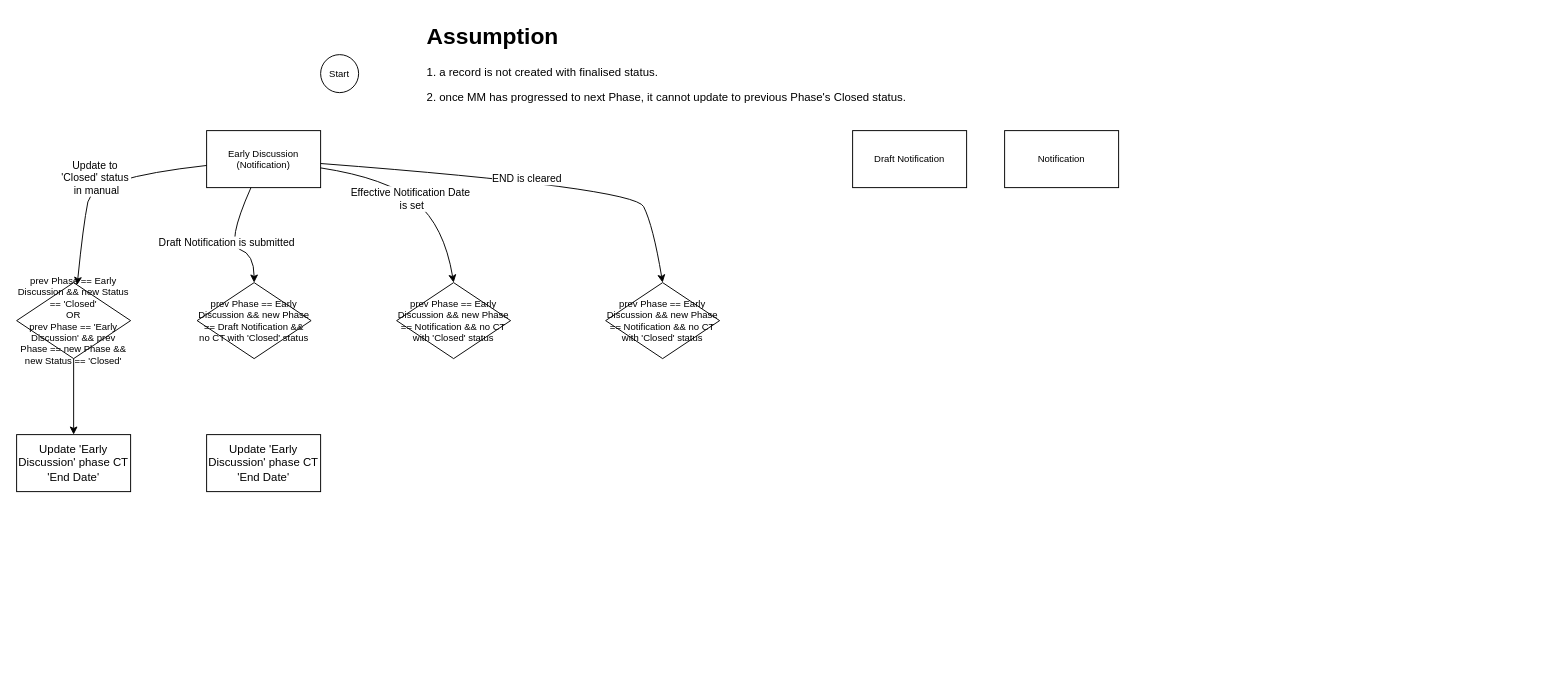
Before: page "Phase" (2 of 2) of logging/Merger Matter Phase and Status.drawio in danieldotskc/helloworld, a draw.io diagram. Source tidied: cells renumbered, new cells numbered last; positions are measured from the earlier drawing's top-left corner, leaving out a move shared by most shapes. Both pictures are drawn from the tidied source at 95%, with x=0, y=0 at pixel (16, 16).
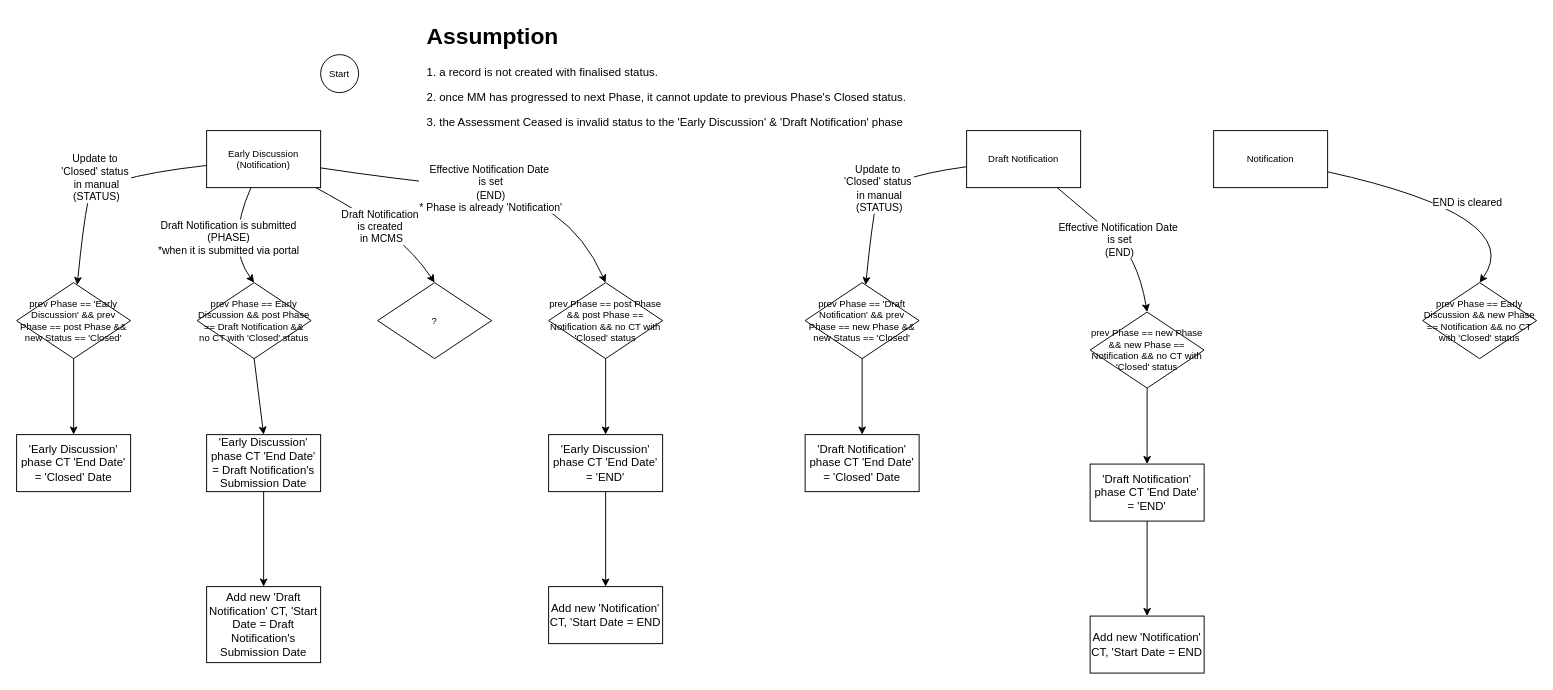
The same page after the edit.

Unchanged cells that the change refers to:
```xml
<mxCell id="3" value="Early Discussion (Notification)" style="rounded=0;whiteSpace=wrap;html=1;fontSize=10;" parent="1" vertex="1">
  <mxGeometry x="200" y="120" width="120" height="60" as="geometry" />
</mxCell>
```

Change to the diagram source:
```diff
@@
-    <mxCell id="4" value="prev Phase == Early Discussion &amp;amp;&amp;amp; new Status == 'Closed'&lt;div&gt;OR&lt;/div&gt;&lt;div&gt;prev Phase == 'Early Discussion' &amp;amp;&amp;amp; prev Phase == new Phase &amp;amp;&amp;amp; new Status == 'Closed'&lt;/div&gt;" style="rhombus;whiteSpace=wrap;html=1;fontSize=10;" parent="1" vertex="1">
+    <mxCell id="4" value="&lt;span style=&quot;background-color: transparent; color: light-dark(rgb(0, 0, 0), rgb(255, 255, 255));&quot;&gt;prev Phase == 'Early Discussion' &amp;amp;&amp;amp; prev Phase == post Phase &amp;amp;&amp;amp; new Status == 'Closed'&lt;/span&gt;" style="rhombus;whiteSpace=wrap;html=1;fontSize=10;" parent="1" vertex="1">
       <mxGeometry y="280" width="120" height="80" as="geometry" />
     </mxCell>
-    <mxCell id="5" value="&lt;h1 style=&quot;margin-top: 0px;&quot;&gt;Assumption&lt;/h1&gt;&lt;p&gt;1. a record is not created with finalised status.&lt;/p&gt;&lt;p&gt;2. once MM has progressed to next Phase, it cannot update to previous Phase's Closed status.&lt;/p&gt;" style="text;html=1;whiteSpace=wrap;overflow=hidden;rounded=0;" parent="1" vertex="1">
+    <mxCell id="5" value="&lt;h1 style=&quot;margin-top: 0px;&quot;&gt;Assumption&lt;/h1&gt;&lt;p&gt;1. a record is not created with finalised status.&lt;/p&gt;&lt;p&gt;2. once MM has progressed to next Phase, it cannot update to previous Phase's Closed status.&lt;/p&gt;&lt;p&gt;3. the Assessment Ceased is invalid status to the 'Early Discussion' &amp;amp; 'Draft Notification' phase&lt;/p&gt;" style="text;html=1;whiteSpace=wrap;overflow=hidden;rounded=0;" parent="1" vertex="1">
       <mxGeometry x="430" width="940" height="120" as="geometry" />
     </mxCell>
     <mxCell id="6" value="Draft Notification" style="rounded=0;whiteSpace=wrap;html=1;fontSize=10;" parent="1" vertex="1">
-      <mxGeometry x="880" y="120" width="120" height="60" as="geometry" />
+      <mxGeometry x="1000" y="120" width="120" height="60" as="geometry" />
     </mxCell>
     <mxCell id="7" value="Notification" style="rounded=0;whiteSpace=wrap;html=1;fontSize=10;" parent="1" vertex="1">
-      <mxGeometry x="1040" y="120" width="120" height="60" as="geometry" />
+      <mxGeometry x="1260" y="120" width="120" height="60" as="geometry" />
     </mxCell>
-    <mxCell id="8" value="Update to&amp;nbsp;&lt;div&gt;'Closed' status&amp;nbsp;&lt;div&gt;in manual&lt;/div&gt;&lt;/div&gt;" style="curved=1;endArrow=classic;html=1;rounded=0;" parent="1" edge="1" source="3" target="4">
+    <mxCell id="8" value="Update to&amp;nbsp;&lt;div&gt;'Closed' status&amp;nbsp;&lt;div&gt;in manual&lt;/div&gt;&lt;/div&gt;&lt;div&gt;(STATUS)&lt;/div&gt;" style="curved=1;endArrow=classic;html=1;rounded=0;" parent="1" edge="1" source="3" target="4">
       <mxGeometry relative="1" as="geometry">
         <Array as="points">
           <mxPoint x="80" y="170" />
           <mxPoint x="70" y="220" />
         </Array>
       </mxGeometry>
     </mxCell>
-    <mxCell id="9" value="Update 'Early Discussion' phase CT 'End Date'" style="rounded=0;whiteSpace=wrap;html=1;" parent="1" vertex="1">
+    <mxCell id="9" value="'Early Discussion' phase CT 'End Date' = 'Closed' Date" style="rounded=0;whiteSpace=wrap;html=1;" parent="1" vertex="1">
       <mxGeometry y="440" width="120" height="60" as="geometry" />
     </mxCell>
@@
-    <mxCell id="11" value="prev Phase == Early Discussion &amp;amp;&amp;amp; new Phase == Draft Notification &amp;amp;&amp;amp; no CT with 'Closed' status" style="rhombus;whiteSpace=wrap;html=1;fontSize=10;" parent="1" vertex="1">
+    <mxCell id="11" value="prev Phase == Early Discussion &amp;amp;&amp;amp; post Phase == Draft Notification &amp;amp;&amp;amp; no CT with 'Closed' status" style="rhombus;whiteSpace=wrap;html=1;fontSize=10;" parent="1" vertex="1">
       <mxGeometry x="190" y="280" width="120" height="80" as="geometry" />
     </mxCell>
-    <mxCell id="12" value="Draft Notification is submitted" style="curved=1;endArrow=classic;html=1;rounded=0;" parent="1" edge="1" source="3" target="11">
+    <mxCell id="12" value="Draft Notification is submitted&lt;div&gt;(PHASE)&lt;/div&gt;&lt;div&gt;*when it is submitted via portal&lt;/div&gt;" style="curved=1;endArrow=classic;html=1;rounded=0;entryX=0.5;entryY=0;entryDx=0;entryDy=0;" parent="1" edge="1" source="3" target="11">
       <mxGeometry relative="1" as="geometry">
         <Array as="points">
           <mxPoint x="220" y="240" />
-          <mxPoint x="250" y="250" />
         </Array>
       </mxGeometry>
     </mxCell>
-    <mxCell id="13" value="Update 'Early Discussion' phase CT 'End Date'" style="rounded=0;whiteSpace=wrap;html=1;" parent="1" vertex="1">
+    <mxCell id="13" value="'Early Discussion' phase CT 'End Date' = Draft Notification's Submission Date" style="rounded=0;whiteSpace=wrap;html=1;" parent="1" vertex="1">
       <mxGeometry x="200" y="440" width="120" height="60" as="geometry" />
     </mxCell>
-    <mxCell id="14" value="prev Phase == Early Discussion &amp;amp;&amp;amp; new Phase == Notification &amp;amp;&amp;amp; no CT with 'Closed' status" style="rhombus;whiteSpace=wrap;html=1;fontSize=10;" parent="1" vertex="1">
-      <mxGeometry x="400" y="280" width="120" height="80" as="geometry" />
+    <mxCell id="14" value="prev Phase == post Phase &amp;amp;&amp;amp; post Phase == Notification &amp;amp;&amp;amp; no CT with 'Closed' status" style="rhombus;whiteSpace=wrap;html=1;fontSize=10;" parent="1" vertex="1">
+      <mxGeometry x="560" y="280" width="120" height="80" as="geometry" />
     </mxCell>
-    <mxCell id="15" value="Effective Notification Date&amp;nbsp;&lt;div&gt;is set&lt;/div&gt;" style="curved=1;endArrow=classic;html=1;rounded=0;entryX=0.5;entryY=0;entryDx=0;entryDy=0;" parent="1" edge="1" source="3" target="14">
+    <mxCell id="15" value="Effective Notification Date&amp;nbsp;&lt;div&gt;is set&lt;/div&gt;&lt;div&gt;(END)&lt;/div&gt;&lt;div&gt;* Phase is already 'Notification'&lt;/div&gt;" style="curved=1;endArrow=classic;html=1;rounded=0;entryX=0.5;entryY=0;entryDx=0;entryDy=0;" parent="1" edge="1" source="3" target="14">
       <mxGeometry relative="1" as="geometry">
         <Array as="points">
           <mxPoint x="390" y="170" />
-          <mxPoint x="450" y="220" />
+          <mxPoint x="580" y="190" />
         </Array>
       </mxGeometry>
     </mxCell>
     <mxCell id="16" value="prev Phase == Early Discussion &amp;amp;&amp;amp; new Phase == Notification &amp;amp;&amp;amp; no CT with 'Closed' status" style="rhombus;whiteSpace=wrap;html=1;fontSize=10;" parent="1" vertex="1">
-      <mxGeometry x="620" y="280" width="120" height="80" as="geometry" />
+      <mxGeometry x="1480" y="280" width="120" height="80" as="geometry" />
     </mxCell>
-    <mxCell id="17" value="END is cleared" style="curved=1;endArrow=classic;html=1;rounded=0;entryX=0.5;entryY=0;entryDx=0;entryDy=0;" parent="1" edge="1" source="3" target="16">
+    <mxCell id="17" value="END is cleared" style="curved=1;endArrow=classic;html=1;rounded=0;entryX=0.5;entryY=0;entryDx=0;entryDy=0;" parent="1" edge="1" source="7" target="16">
       <mxGeometry relative="1" as="geometry">
         <Array as="points">
-          <mxPoint x="650" y="180" />
-          <mxPoint x="670" y="220" />
+          <mxPoint x="1590" y="210" />
         </Array>
       </mxGeometry>
     </mxCell>
+    <mxCell id="18" value="'Early Discussion' phase CT 'End Date' = 'END'" style="rounded=0;whiteSpace=wrap;html=1;" parent="1" vertex="1">
+      <mxGeometry x="560" y="440" width="120" height="60" as="geometry" />
+    </mxCell>
+    <mxCell id="19" style="endArrow=classic;html=1;rounded=0;exitX=0.5;exitY=1;exitDx=0;exitDy=0;entryX=0.5;entryY=0;entryDx=0;entryDy=0;" parent="1" edge="1" source="11" target="13">
+      <mxGeometry relative="1" as="geometry" />
+    </mxCell>
+    <mxCell id="20" style="endArrow=classic;html=1;rounded=0;exitX=0.5;exitY=1;exitDx=0;exitDy=0;entryX=0.5;entryY=0;entryDx=0;entryDy=0;" parent="1" edge="1" source="14" target="18">
+      <mxGeometry relative="1" as="geometry" />
+    </mxCell>
+    <mxCell id="21" value="Add new 'Draft Notification' CT, 'Start Date = Draft Notification's Submission Date" style="rounded=0;whiteSpace=wrap;html=1;" parent="1" vertex="1">
+      <mxGeometry x="200" y="600" width="120" height="80" as="geometry" />
+    </mxCell>
+    <mxCell id="22" value="Add new 'Notification' CT, 'Start Date = END" style="rounded=0;whiteSpace=wrap;html=1;" parent="1" vertex="1">
+      <mxGeometry x="560" y="600" width="120" height="60" as="geometry" />
+    </mxCell>
+    <mxCell id="23" style="endArrow=classic;html=1;rounded=0;exitX=0.5;exitY=1;exitDx=0;exitDy=0;entryX=0.5;entryY=0;entryDx=0;entryDy=0;" parent="1" edge="1" source="13" target="21">
+      <mxGeometry relative="1" as="geometry" />
+    </mxCell>
+    <mxCell id="24" style="endArrow=classic;html=1;rounded=0;exitX=0.5;exitY=1;exitDx=0;exitDy=0;entryX=0.5;entryY=0;entryDx=0;entryDy=0;" parent="1" edge="1" source="18" target="22">
+      <mxGeometry relative="1" as="geometry" />
+    </mxCell>
+    <mxCell id="25" value="&lt;span style=&quot;background-color: transparent; color: light-dark(rgb(0, 0, 0), rgb(255, 255, 255));&quot;&gt;prev Phase == 'Draft Notification' &amp;amp;&amp;amp; prev Phase == new Phase &amp;amp;&amp;amp; new Status == 'Closed'&lt;/span&gt;" style="rhombus;whiteSpace=wrap;html=1;fontSize=10;" parent="1" vertex="1">
+      <mxGeometry x="830" y="280" width="120" height="80" as="geometry" />
+    </mxCell>
+    <mxCell id="26" value="Update to&amp;nbsp;&lt;div&gt;'Closed' status&amp;nbsp;&lt;div&gt;in manual&lt;/div&gt;&lt;/div&gt;&lt;div&gt;(STATUS)&lt;/div&gt;" style="curved=1;endArrow=classic;html=1;rounded=0;" parent="1" edge="1" source="6" target="25">
+      <mxGeometry relative="1" as="geometry">
+        <Array as="points">
+          <mxPoint x="910" y="170" />
+          <mxPoint x="900" y="220" />
+        </Array>
+      </mxGeometry>
+    </mxCell>
+    <mxCell id="27" value="'Draft Notification' phase CT 'End Date' = 'Closed' Date" style="rounded=0;whiteSpace=wrap;html=1;" parent="1" vertex="1">
+      <mxGeometry x="830" y="440" width="120" height="60" as="geometry" />
+    </mxCell>
+    <mxCell id="28" style="endArrow=classic;html=1;rounded=0;exitX=0.5;exitY=1;exitDx=0;exitDy=0;" parent="1" edge="1" source="25" target="27">
+      <mxGeometry relative="1" as="geometry" />
+    </mxCell>
+    <mxCell id="29" value="prev Phase == new Phase &amp;amp;&amp;amp; new Phase == Notification &amp;amp;&amp;amp; no CT with 'Closed' status" style="rhombus;whiteSpace=wrap;html=1;fontSize=10;" parent="1" vertex="1">
+      <mxGeometry x="1130" y="311" width="120" height="80" as="geometry" />
+    </mxCell>
+    <mxCell id="30" value="Effective Notification Date&amp;nbsp;&lt;div&gt;is set&lt;/div&gt;&lt;div&gt;(END)&lt;/div&gt;" style="curved=1;endArrow=classic;html=1;rounded=0;entryX=0.5;entryY=0;entryDx=0;entryDy=0;" parent="1" edge="1" source="6" target="29">
+      <mxGeometry relative="1" as="geometry">
+        <Array as="points">
+          <mxPoint x="1120" y="201" />
+          <mxPoint x="1180" y="251" />
+        </Array>
+      </mxGeometry>
+    </mxCell>
+    <mxCell id="31" value="'Draft Notification' phase CT 'End Date' = 'END'" style="rounded=0;whiteSpace=wrap;html=1;" parent="1" vertex="1">
+      <mxGeometry x="1130" y="471" width="120" height="60" as="geometry" />
+    </mxCell>
+    <mxCell id="32" style="endArrow=classic;html=1;rounded=0;exitX=0.5;exitY=1;exitDx=0;exitDy=0;entryX=0.5;entryY=0;entryDx=0;entryDy=0;" parent="1" edge="1" source="29" target="31">
+      <mxGeometry relative="1" as="geometry" />
+    </mxCell>
+    <mxCell id="33" value="Add new 'Notification' CT, 'Start Date = END" style="rounded=0;whiteSpace=wrap;html=1;" parent="1" vertex="1">
+      <mxGeometry x="1130" y="631" width="120" height="60" as="geometry" />
+    </mxCell>
+    <mxCell id="34" style="endArrow=classic;html=1;rounded=0;exitX=0.5;exitY=1;exitDx=0;exitDy=0;entryX=0.5;entryY=0;entryDx=0;entryDy=0;" parent="1" edge="1" source="31" target="33">
+      <mxGeometry relative="1" as="geometry" />
+    </mxCell>
+    <mxCell id="35" value="Draft Notification&amp;nbsp;&lt;div&gt;is created&amp;nbsp;&lt;/div&gt;&lt;div&gt;in MCMS&lt;/div&gt;" style="curved=1;endArrow=classic;html=1;rounded=0;entryX=0.5;entryY=0;entryDx=0;entryDy=0;" parent="1" edge="1" source="3" target="36">
+      <mxGeometry relative="1" as="geometry">
+        <Array as="points">
+          <mxPoint x="370" y="210" />
+          <mxPoint x="420" y="250" />
+        </Array>
+      </mxGeometry>
+    </mxCell>
+    <mxCell id="36" value="?" style="rhombus;whiteSpace=wrap;html=1;fontSize=10;" parent="1" vertex="1">
+      <mxGeometry x="380" y="280" width="120" height="80" as="geometry" />
+    </mxCell>
```
